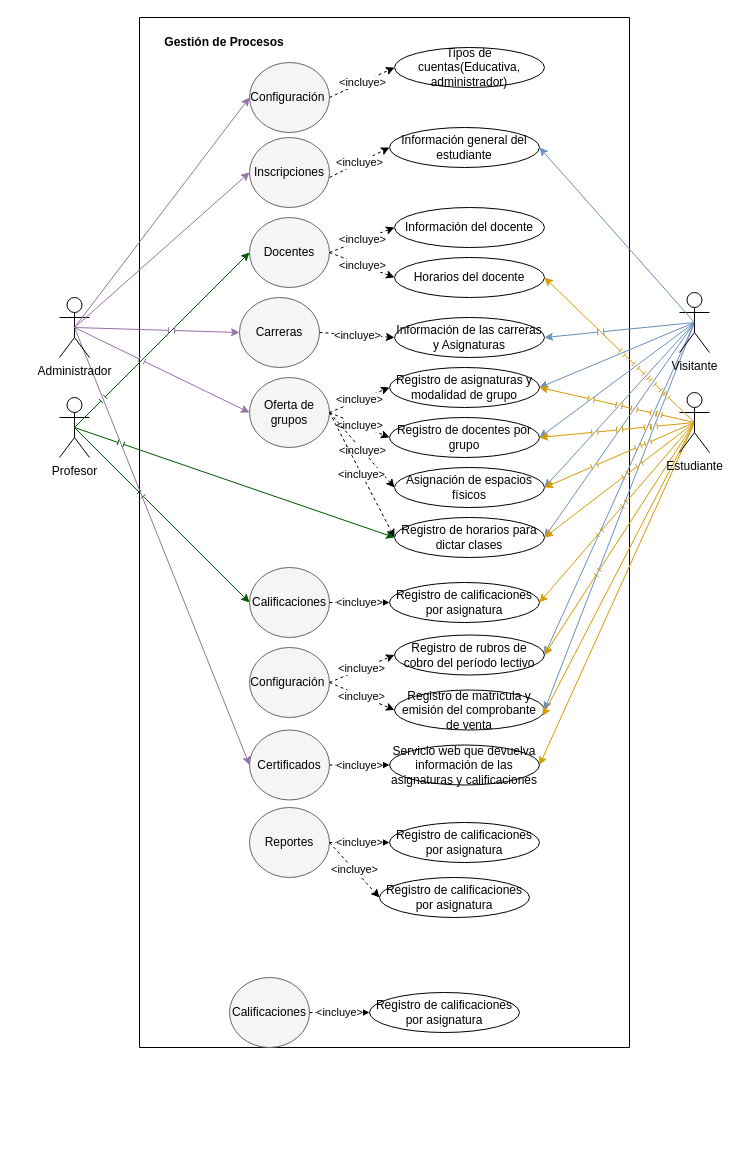
ElJoesPro/consulta_json keeps this draw.io diagram as Diagrama sin título.drawio. Above is the earlier version. Source tidied: cells renumbered, new cells numbered last; positions are measured from the earlier drawing's top-left corner, leaving out a move shared by most shapes. Both pictures are drawn from the tidied source at 100%, with x=0, y=0 at pixel (59, 17).
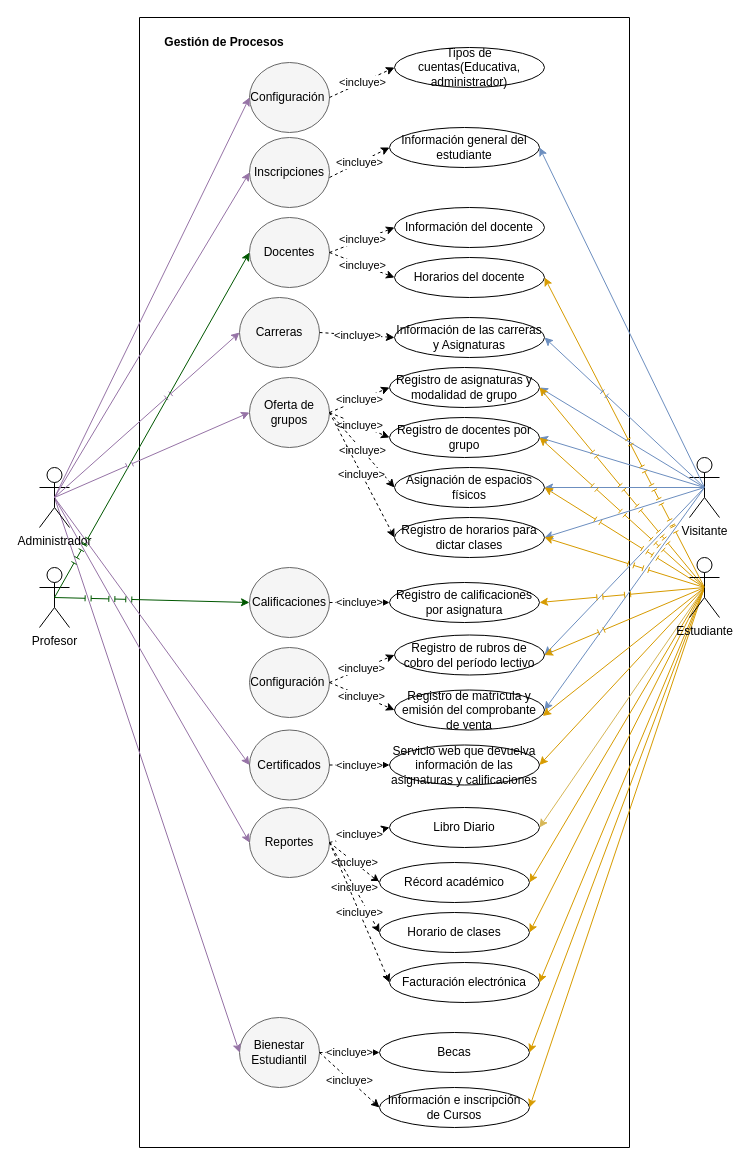
The same diagram, later.

Unchanged cells that the change refers to:
```xml
<mxCell id="29" value="Registro de horarios para dictar clases" style="ellipse;whiteSpace=wrap;html=1;" parent="2" vertex="1">
  <mxGeometry x="255" y="500" width="150" height="40" as="geometry" />
</mxCell>
<mxCell id="46" style="ellipse;whiteSpace=wrap;html=1;fillColor=#f5f5f5;fontColor=#333333;strokeColor=#666666;" parent="2" vertex="1">
  <mxGeometry x="110" y="790" width="80" height="70" as="geometry" />
</mxCell>
```

Diff of the diagram source:
```diff
@@
     <mxCell id="2" style="swimlane;startSize=0;" parent="1" vertex="1">
-      <mxGeometry x="80" width="490" height="1030" as="geometry" />
+      <mxGeometry x="80" width="490" height="1130" as="geometry" />
     </mxCell>
@@
-    <mxCell id="48" value="Registro de calificaciones por asignatura" style="ellipse;whiteSpace=wrap;html=1;" parent="2" vertex="1">
-      <mxGeometry x="250" y="805" width="150" height="40" as="geometry" />
+    <mxCell id="48" value="Libro Diario" style="ellipse;whiteSpace=wrap;html=1;" parent="2" vertex="1">
+      <mxGeometry x="250" y="790" width="150" height="40" as="geometry" />
     </mxCell>
@@
+    <mxCell id="54" value="Récord académico" style="ellipse;whiteSpace=wrap;html=1;" parent="2" vertex="1">
+      <mxGeometry x="240" y="845" width="150" height="40" as="geometry" />
+    </mxCell>
+    <mxCell id="55" value="&amp;lt;incluye&amp;gt;" style="endArrow=classic;html=1;rounded=0;jumpStyle=line;horizontal=1;dashed=1;exitX=1;exitY=0.5;exitDx=0;exitDy=0;entryX=0;entryY=0.5;entryDx=0;entryDy=0;" parent="2" edge="1" source="46" target="54">
+      <mxGeometry relative="1" as="geometry" />
+    </mxCell>
+    <mxCell id="85" value="Horario de clases" style="ellipse;whiteSpace=wrap;html=1;" parent="2" vertex="1">
+      <mxGeometry x="240" y="895" width="150" height="40" as="geometry" />
+    </mxCell>
+    <mxCell id="86" value="&amp;lt;incluye&amp;gt;" style="endArrow=classic;html=1;rounded=0;jumpStyle=line;horizontal=1;dashed=1;exitX=1;exitY=0.5;exitDx=0;exitDy=0;entryX=0;entryY=0.5;entryDx=0;entryDy=0;" parent="2" edge="1" source="46" target="85">
+      <mxGeometry relative="1" as="geometry" />
+    </mxCell>
+    <mxCell id="87" value="Facturación electrónica" style="ellipse;whiteSpace=wrap;html=1;" parent="2" vertex="1">
+      <mxGeometry x="250" y="945" width="150" height="40" as="geometry" />
+    </mxCell>
+    <mxCell id="88" value="&amp;lt;incluye&amp;gt;" style="endArrow=classic;html=1;rounded=0;jumpStyle=line;horizontal=1;dashed=1;exitX=1;exitY=0.5;exitDx=0;exitDy=0;entryX=0;entryY=0.5;entryDx=0;entryDy=0;" parent="2" edge="1" source="46" target="87">
+      <mxGeometry relative="1" as="geometry" />
+    </mxCell>
     <mxCell id="50" style="ellipse;whiteSpace=wrap;html=1;fillColor=#f5f5f5;fontColor=#333333;strokeColor=#666666;" parent="2" vertex="1">
-      <mxGeometry x="90" y="960" width="80" height="70" as="geometry" />
+      <mxGeometry x="100" y="1000" width="80" height="70" as="geometry" />
     </mxCell>
-    <mxCell id="51" value="Calificaciones" style="text;html=1;strokeColor=none;fillColor=none;align=center;verticalAlign=middle;whiteSpace=wrap;rounded=0;" parent="2" vertex="1">
-      <mxGeometry x="100" y="980" width="60" height="30" as="geometry" />
+    <mxCell id="51" value="Bienestar Estudiantil" style="text;html=1;strokeColor=none;fillColor=none;align=center;verticalAlign=middle;whiteSpace=wrap;rounded=0;" parent="2" vertex="1">
+      <mxGeometry x="110" y="1020" width="60" height="30" as="geometry" />
     </mxCell>
-    <mxCell id="52" value="Registro de calificaciones por asignatura" style="ellipse;whiteSpace=wrap;html=1;" parent="2" vertex="1">
-      <mxGeometry x="230" y="975" width="150" height="40" as="geometry" />
+    <mxCell id="52" value="Becas" style="ellipse;whiteSpace=wrap;html=1;" parent="2" vertex="1">
+      <mxGeometry x="240" y="1015" width="150" height="40" as="geometry" />
     </mxCell>
@@
-    <mxCell id="54" value="Registro de calificaciones por asignatura" style="ellipse;whiteSpace=wrap;html=1;" parent="2" vertex="1">
-      <mxGeometry x="240" y="860" width="150" height="40" as="geometry" />
-    </mxCell>
-    <mxCell id="55" value="&amp;lt;incluye&amp;gt;" style="endArrow=classic;html=1;rounded=0;jumpStyle=line;horizontal=1;dashed=1;exitX=1;exitY=0.5;exitDx=0;exitDy=0;entryX=0;entryY=0.5;entryDx=0;entryDy=0;" parent="2" edge="1" source="46" target="54">
-      <mxGeometry relative="1" as="geometry" />
-    </mxCell>
+    <mxCell id="89" value="Información e inscripción de Cursos" style="ellipse;whiteSpace=wrap;html=1;" parent="2" vertex="1">
+      <mxGeometry x="240" y="1070" width="150" height="40" as="geometry" />
+    </mxCell>
+    <mxCell id="90" value="&amp;lt;incluye&amp;gt;" style="endArrow=classic;html=1;rounded=0;jumpStyle=line;horizontal=1;dashed=1;exitX=1;exitY=0.5;exitDx=0;exitDy=0;entryX=0;entryY=0.5;entryDx=0;entryDy=0;" parent="2" edge="1" source="50" target="89">
+      <mxGeometry relative="1" as="geometry" />
+    </mxCell>
@@
+    <mxCell id="91" style="edgeStyle=none;rounded=0;jumpStyle=line;jettySize=auto;html=1;exitX=0.5;exitY=0.5;exitDx=0;exitDy=0;exitPerimeter=0;entryX=0;entryY=0.5;entryDx=0;entryDy=0;fillColor=#e1d5e7;strokeColor=#9673a6;" parent="1" edge="1" source="57" target="46">
+      <mxGeometry relative="1" as="geometry" />
+    </mxCell>
+    <mxCell id="92" style="edgeStyle=none;rounded=0;jumpStyle=line;jettySize=auto;html=1;exitX=0.5;exitY=0.5;exitDx=0;exitDy=0;exitPerimeter=0;entryX=0;entryY=0.5;entryDx=0;entryDy=0;fillColor=#e1d5e7;strokeColor=#9673a6;" parent="1" edge="1" source="57" target="50">
+      <mxGeometry relative="1" as="geometry" />
+    </mxCell>
     <mxCell id="57" value="Administrador" style="shape=umlActor;verticalLabelPosition=bottom;verticalAlign=top;html=1;outlineConnect=0;" parent="1" vertex="1">
-      <mxGeometry y="280" width="30" height="60" as="geometry" />
+      <mxGeometry x="-20" y="450" width="30" height="60" as="geometry" />
     </mxCell>
-    <mxCell id="58" style="edgeStyle=none;rounded=0;jumpStyle=line;jettySize=auto;html=1;exitX=0.5;exitY=0.5;exitDx=0;exitDy=0;exitPerimeter=0;entryX=0;entryY=0.5;entryDx=0;entryDy=0;fillColor=#008a00;strokeColor=#005700;" parent="1" edge="1" source="60" target="29">
-      <mxGeometry relative="1" as="geometry" />
-    </mxCell>
@@
     <mxCell id="60" value="Profesor" style="shape=umlActor;verticalLabelPosition=bottom;verticalAlign=top;html=1;outlineConnect=0;" parent="1" vertex="1">
-      <mxGeometry y="380" width="30" height="60" as="geometry" />
+      <mxGeometry x="-20" y="550" width="30" height="60" as="geometry" />
     </mxCell>
@@
     <mxCell id="67" value="Visitante" style="shape=umlActor;verticalLabelPosition=bottom;verticalAlign=top;html=1;outlineConnect=0;" parent="1" vertex="1">
-      <mxGeometry x="620" y="275" width="30" height="60" as="geometry" />
+      <mxGeometry x="630" y="440" width="30" height="60" as="geometry" />
     </mxCell>
@@
+    <mxCell id="93" style="edgeStyle=none;rounded=0;jumpStyle=line;jettySize=auto;html=1;exitX=0.5;exitY=0.5;exitDx=0;exitDy=0;exitPerimeter=0;entryX=1;entryY=0.5;entryDx=0;entryDy=0;fillColor=#fff2cc;strokeColor=#d6b656;" parent="1" edge="1" source="76" target="48">
+      <mxGeometry relative="1" as="geometry" />
+    </mxCell>
+    <mxCell id="94" style="edgeStyle=none;rounded=0;jumpStyle=line;jettySize=auto;html=1;exitX=0.5;exitY=0.5;exitDx=0;exitDy=0;exitPerimeter=0;entryX=1;entryY=0.5;entryDx=0;entryDy=0;fillColor=#ffe6cc;strokeColor=#d79b00;" parent="1" edge="1" source="76" target="54">
+      <mxGeometry relative="1" as="geometry" />
+    </mxCell>
+    <mxCell id="95" style="edgeStyle=none;rounded=0;jumpStyle=line;jettySize=auto;html=1;exitX=0.5;exitY=0.5;exitDx=0;exitDy=0;exitPerimeter=0;entryX=1;entryY=0.5;entryDx=0;entryDy=0;fillColor=#ffe6cc;strokeColor=#d79b00;" parent="1" edge="1" source="76" target="85">
+      <mxGeometry relative="1" as="geometry" />
+    </mxCell>
+    <mxCell id="96" style="edgeStyle=none;rounded=0;jumpStyle=line;jettySize=auto;html=1;exitX=0.5;exitY=0.5;exitDx=0;exitDy=0;exitPerimeter=0;entryX=1;entryY=0.5;entryDx=0;entryDy=0;fillColor=#ffe6cc;strokeColor=#d79b00;" parent="1" edge="1" source="76" target="87">
+      <mxGeometry relative="1" as="geometry" />
+    </mxCell>
+    <mxCell id="97" style="edgeStyle=none;rounded=0;jumpStyle=line;jettySize=auto;html=1;exitX=0.5;exitY=0.5;exitDx=0;exitDy=0;exitPerimeter=0;entryX=1;entryY=0.5;entryDx=0;entryDy=0;fillColor=#ffe6cc;strokeColor=#d79b00;" parent="1" edge="1" source="76" target="52">
+      <mxGeometry relative="1" as="geometry" />
+    </mxCell>
+    <mxCell id="98" style="edgeStyle=none;rounded=0;jumpStyle=line;jettySize=auto;html=1;exitX=0.5;exitY=0.5;exitDx=0;exitDy=0;exitPerimeter=0;entryX=1;entryY=0.5;entryDx=0;entryDy=0;fillColor=#ffe6cc;strokeColor=#d79b00;" parent="1" edge="1" source="76" target="89">
+      <mxGeometry relative="1" as="geometry" />
+    </mxCell>
     <mxCell id="76" value="Estudiante" style="shape=umlActor;verticalLabelPosition=bottom;verticalAlign=top;html=1;outlineConnect=0;" parent="1" vertex="1">
-      <mxGeometry x="620" y="375" width="30" height="60" as="geometry" />
+      <mxGeometry x="630" y="540" width="30" height="60" as="geometry" />
     </mxCell>
```
